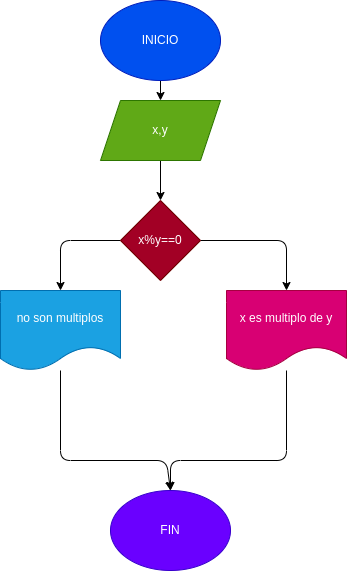
Above: ejercicio8/diagrama.png in lisethcorrea/taller_condicionales_ejercicios (draw.io), before the change. Source tidied: cells renumbered, new cells last; positions are measured from the earlier drawing's top-left corner, leaving out a move shared by most shapes.
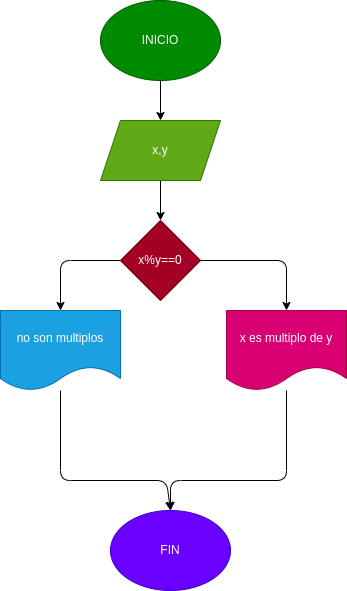
After the commit.

What changed in the source:
```diff
@@ -5,8 +5,8 @@
     <mxCell id="2" style="edgeStyle=none;html=1;" parent="1" edge="1" source="3" target="5">
       <mxGeometry relative="1" as="geometry" />
     </mxCell>
-    <mxCell id="3" value="INICIO" style="ellipse;whiteSpace=wrap;html=1;fillColor=#0050ef;fontColor=#ffffff;strokeColor=#001DBC;" parent="1" vertex="1">
-      <mxGeometry x="100" width="120" height="80" as="geometry" />
+    <mxCell id="3" value="INICIO" style="ellipse;whiteSpace=wrap;html=1;fillColor=#008a00;fontColor=#ffffff;strokeColor=#005700;" parent="1" vertex="1">
+      <mxGeometry x="100" y="-20" width="120" height="80" as="geometry" />
     </mxCell>
     <mxCell id="4" style="edgeStyle=none;html=1;" parent="1" edge="1" source="5" target="8">
       <mxGeometry relative="1" as="geometry" />
```
